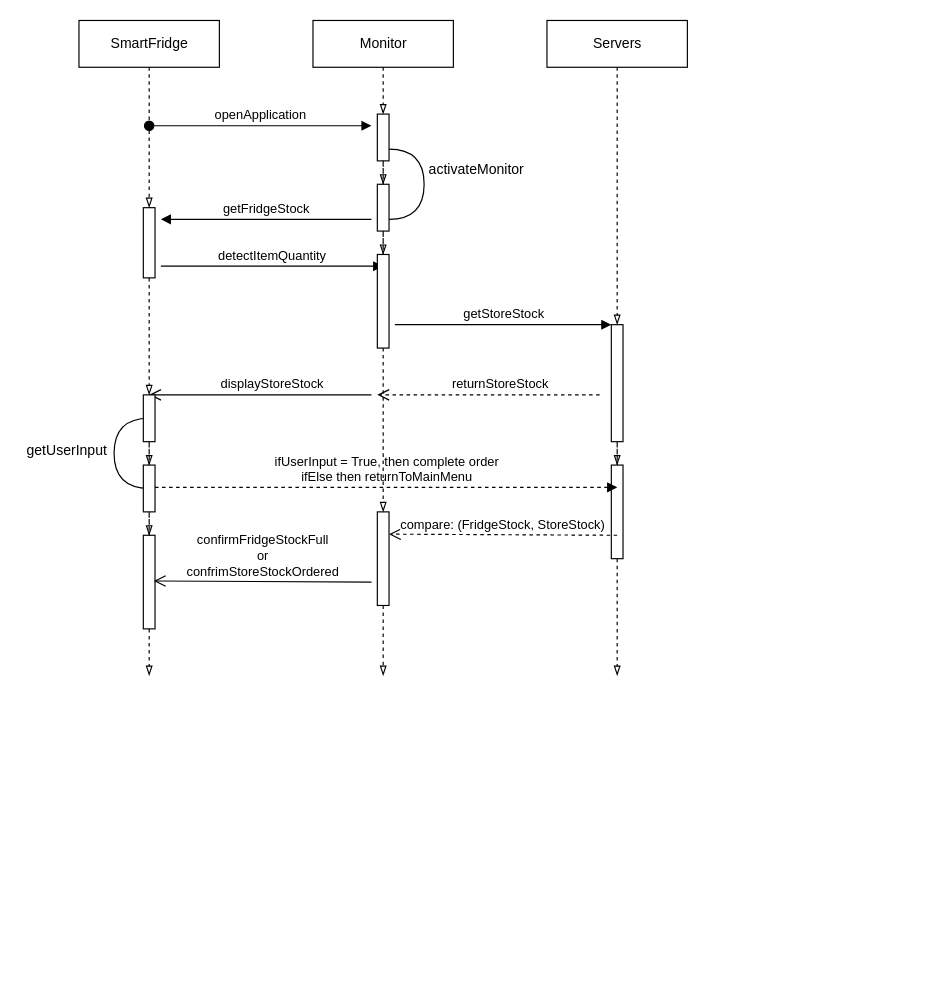
Above: page "SequenceDiagram_SmartFridge" (2 of 2) of FinalExample.drawio in nateqdruen/CISC210Final (draw.io), before the change. Source tidied: cells renumbered, new cells numbered last; positions are measured from the earlier drawing's top-left corner, leaving out a move shared by most shapes. Both pictures are drawn from the tidied source at 117%, with x=0, y=0 at pixel (20, 20).
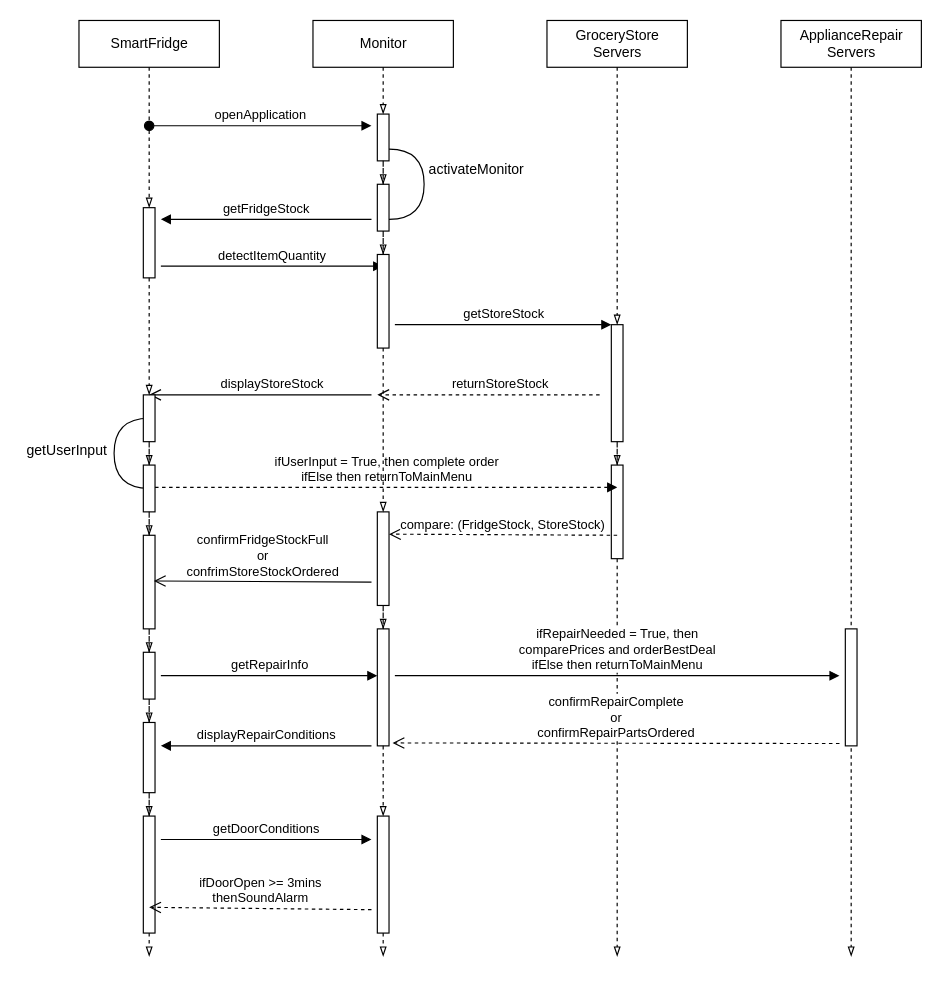
The same diagram, later.

The change refers to these unchanged cells:
```xml
<mxCell id="32" style="html=1;points=[];perimeter=orthogonalPerimeter;" parent="1" vertex="1">
  <mxGeometry x="505" y="380" width="10" height="80" as="geometry" />
</mxCell>
<mxCell id="35" style="html=1;points=[];perimeter=orthogonalPerimeter;" parent="1" vertex="1">
  <mxGeometry x="305" y="420" width="10" height="80" as="geometry" />
</mxCell>
<mxCell id="38" style="html=1;points=[];perimeter=orthogonalPerimeter;" parent="1" vertex="1">
  <mxGeometry x="105" y="440" width="10" height="80" as="geometry" />
</mxCell>
```

The edit, as a diff of the source:
```diff
@@
-    <mxCell id="2" style="edgeStyle=orthogonalEdgeStyle;rounded=0;jettySize=auto;html=1;endArrow=blockThin;endFill=0;dashed=1;" parent="1" edge="1" source="38">
+    <mxCell id="2" style="edgeStyle=orthogonalEdgeStyle;rounded=0;jettySize=auto;html=1;endArrow=blockThin;endFill=0;dashed=1;" parent="1" edge="1" source="54">
       <mxGeometry relative="1" as="geometry">
-        <mxPoint x="110" y="560" as="targetPoint" />
+        <mxPoint x="110" y="800" as="targetPoint" />
       </mxGeometry>
     </mxCell>
@@
-    <mxCell id="4" style="edgeStyle=orthogonalEdgeStyle;rounded=0;jettySize=auto;html=1;endArrow=blockThin;endFill=0;dashed=1;" parent="1" edge="1" source="35">
+    <mxCell id="4" style="edgeStyle=orthogonalEdgeStyle;rounded=0;jettySize=auto;html=1;endArrow=blockThin;endFill=0;dashed=1;" parent="1" edge="1" source="56">
       <mxGeometry relative="1" as="geometry">
-        <mxPoint x="310" y="560" as="targetPoint" />
+        <mxPoint x="310" y="800" as="targetPoint" />
       </mxGeometry>
     </mxCell>
@@
     <mxCell id="6" style="edgeStyle=orthogonalEdgeStyle;rounded=0;jettySize=auto;html=1;endArrow=blockThin;endFill=0;dashed=1;" parent="1" edge="1" source="32">
       <mxGeometry relative="1" as="geometry">
-        <mxPoint x="510" y="560" as="targetPoint" />
+        <mxPoint x="510" y="800" as="targetPoint" />
       </mxGeometry>
     </mxCell>
-    <mxCell id="7" value="Servers" style="html=1;" parent="1" vertex="1">
+    <mxCell id="7" value="&lt;div&gt;GroceryStore&lt;/div&gt;&lt;div&gt;Servers&lt;/div&gt;" style="html=1;" parent="1" vertex="1">
       <mxGeometry x="450" width="120" height="40" as="geometry" />
     </mxCell>
@@
+    <mxCell id="41" style="edgeStyle=orthogonalEdgeStyle;rounded=0;jettySize=auto;html=1;endArrow=blockThin;endFill=0;dashed=1;" parent="1" edge="1" source="42">
+      <mxGeometry relative="1" as="geometry">
+        <mxPoint x="710" y="800" as="targetPoint" />
+      </mxGeometry>
+    </mxCell>
+    <mxCell id="42" value="&lt;div&gt;ApplianceRepair&lt;/div&gt;&lt;div&gt;Servers&lt;/div&gt;" style="html=1;" parent="1" vertex="1">
+      <mxGeometry x="650" width="120" height="40" as="geometry" />
+    </mxCell>
+    <mxCell id="43" style="html=1;perimeter=orthogonalPerimeter;" parent="1" vertex="1">
+      <mxGeometry x="705" y="520" width="10" height="100" as="geometry" />
+    </mxCell>
+    <mxCell id="44" style="html=1;points=[];perimeter=orthogonalPerimeter;" parent="1" vertex="1">
+      <mxGeometry x="105" y="540" width="10" height="40" as="geometry" />
+    </mxCell>
+    <mxCell id="45" style="edgeStyle=orthogonalEdgeStyle;rounded=0;jettySize=auto;html=1;endArrow=blockThin;endFill=0;dashed=1;" parent="1" edge="1" source="38" target="44">
+      <mxGeometry relative="1" as="geometry" />
+    </mxCell>
+    <mxCell id="46" style="html=1;points=[];perimeter=orthogonalPerimeter;" parent="1" vertex="1">
+      <mxGeometry x="305" y="520" width="10" height="100" as="geometry" />
+    </mxCell>
+    <mxCell id="47" style="edgeStyle=orthogonalEdgeStyle;rounded=0;jettySize=auto;html=1;endArrow=blockThin;endFill=0;dashed=1;" parent="1" edge="1" source="35" target="46">
+      <mxGeometry relative="1" as="geometry" />
+    </mxCell>
+    <mxCell id="48" value="getRepairInfo" style="html=1;verticalAlign=bottom;endArrow=block;" parent="1" edge="1" target="46">
+      <mxGeometry relative="1" as="geometry">
+        <mxPoint x="120" y="560" as="sourcePoint" />
+      </mxGeometry>
+    </mxCell>
+    <mxCell id="49" value="&lt;div&gt;ifRepairNeeded = True, then&lt;/div&gt;&lt;div&gt;comparePrices and orderBestDeal&lt;/div&gt;&lt;div&gt;ifElse then returnToMainMenu&lt;br&gt;&lt;/div&gt;" style="html=1;verticalAlign=bottom;endArrow=block;" parent="1" edge="1">
+      <mxGeometry relative="1" as="geometry">
+        <mxPoint x="320" y="560" as="sourcePoint" />
+        <mxPoint x="700" y="560" as="targetPoint" />
+      </mxGeometry>
+    </mxCell>
+    <mxCell id="50" value="&lt;div&gt;confirmRepairComplete&lt;/div&gt;&lt;div&gt;or&lt;/div&gt;&lt;div&gt;confirmRepairPartsOrdered&lt;br&gt;&lt;/div&gt;" style="html=1;verticalAlign=bottom;endArrow=open;dashed=1;endSize=8;entryX=1.3;entryY=0.975;entryDx=0;entryDy=0;entryPerimeter=0;" parent="1" edge="1" target="46">
+      <mxGeometry relative="1" as="geometry">
+        <mxPoint x="700" y="618" as="sourcePoint" />
+      </mxGeometry>
+    </mxCell>
+    <mxCell id="51" style="html=1;points=[];perimeter=orthogonalPerimeter;" parent="1" vertex="1">
+      <mxGeometry x="105" y="600" width="10" height="60" as="geometry" />
+    </mxCell>
+    <mxCell id="52" style="edgeStyle=orthogonalEdgeStyle;rounded=0;jettySize=auto;html=1;endArrow=blockThin;endFill=0;dashed=1;" parent="1" edge="1" source="44" target="51">
+      <mxGeometry relative="1" as="geometry" />
+    </mxCell>
+    <mxCell id="53" value="displayRepairConditions" style="html=1;verticalAlign=bottom;endArrow=block;" parent="1" edge="1">
+      <mxGeometry relative="1" as="geometry">
+        <mxPoint x="300" y="620" as="sourcePoint" />
+        <mxPoint x="120" y="620" as="targetPoint" />
+        <Array as="points">
+          <mxPoint x="220" y="620" />
+        </Array>
+      </mxGeometry>
+    </mxCell>
+    <mxCell id="54" style="html=1;points=[];perimeter=orthogonalPerimeter;" parent="1" vertex="1">
+      <mxGeometry x="105" y="680" width="10" height="100" as="geometry" />
+    </mxCell>
+    <mxCell id="55" style="edgeStyle=orthogonalEdgeStyle;rounded=0;jettySize=auto;html=1;endArrow=blockThin;endFill=0;dashed=1;" parent="1" edge="1" source="51" target="54">
+      <mxGeometry relative="1" as="geometry" />
+    </mxCell>
+    <mxCell id="56" style="html=1;points=[];perimeter=orthogonalPerimeter;" parent="1" vertex="1">
+      <mxGeometry x="305" y="680" width="10" height="100" as="geometry" />
+    </mxCell>
+    <mxCell id="57" style="edgeStyle=orthogonalEdgeStyle;rounded=0;jettySize=auto;html=1;endArrow=blockThin;endFill=0;dashed=1;" parent="1" edge="1" source="46" target="56">
+      <mxGeometry relative="1" as="geometry" />
+    </mxCell>
+    <mxCell id="58" value="&lt;div&gt;getDoorConditions&lt;/div&gt;" style="html=1;verticalAlign=bottom;endArrow=block;" parent="1" edge="1">
+      <mxGeometry relative="1" as="geometry">
+        <mxPoint x="120" y="700" as="sourcePoint" />
+        <mxPoint x="300" y="700" as="targetPoint" />
+      </mxGeometry>
+    </mxCell>
+    <mxCell id="59" value="&lt;div&gt;ifDoorOpen &amp;gt;= 3mins&lt;/div&gt;&lt;div&gt;thenSoundAlarm&lt;/div&gt;" style="html=1;verticalAlign=bottom;endArrow=open;dashed=1;endSize=8;" parent="1" edge="1">
+      <mxGeometry relative="1" as="geometry">
+        <mxPoint x="300" y="760" as="sourcePoint" />
+        <mxPoint x="110" y="758" as="targetPoint" />
+      </mxGeometry>
+    </mxCell>
```
